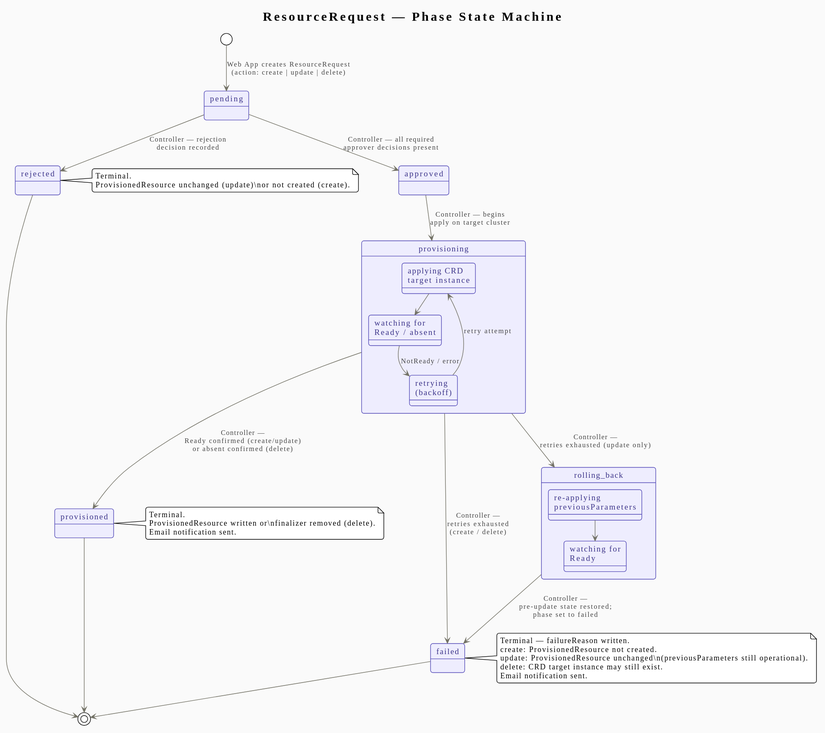
Before: design/images/state_resource_request.svg, a diagram exported from PlantUML (dydoc/quartermaster). The source it was exported from:
```plantuml
@startuml
!theme plain
skinparam backgroundColor #FAFAFA
skinparam state {
    BackgroundColor #EEEDFE
    BorderColor #534AB7
    FontColor #3C3489
    ArrowColor #737266
    ArrowFontColor #444444
    ArrowFontSize 12
    StartColor #085041
    EndColor #085041
}
skinparam roundcorner 8
skinparam nodesep 55
skinparam ranksep 50

title ResourceRequest — Phase State Machine

[*] --> pending : Web App creates ResourceRequest\n(action: create | update | delete)

pending --> approved  : Controller — all required\napprover decisions present
pending --> rejected  : Controller — rejection\ndecision recorded

approved --> provisioning : Controller — begins\napply on target cluster

state provisioning {
    state "applying CRD\ntarget instance" as applying
    state "watching for\nReady / absent" as watching
    state "retrying\n(backoff)" as retrying
    applying --> watching
    watching --> retrying : NotReady / error
    retrying --> applying : retry attempt
}

provisioning --> provisioned : Controller —\nReady confirmed (create/update)\nor absent confirmed (delete)

provisioning --> rolling_back : Controller —\nretries exhausted (update only)

state rolling_back {
    state "re-applying\npreviousParameters" as reapply
    state "watching for\nReady" as rbwatch
    reapply --> rbwatch
}

rolling_back --> failed : Controller —\npre-update state restored;\nphase set to failed

provisioning --> failed : Controller —\nretries exhausted\n(create / delete)

note right of rejected
  Terminal.
  ProvisionedResource unchanged (update)\nor not created (create).
end note

note right of provisioned
  Terminal.
  ProvisionedResource written or\nfinalizer removed (delete).
  Email notification sent.
end note

note right of failed
  Terminal — failureReason written.
  create: ProvisionedResource not created.
  update: ProvisionedResource unchanged\n(previousParameters still operational).
  delete: CRD target instance may still exist.
  Email notification sent.
end note

provisioned  --> [*]
rejected     --> [*]
failed       --> [*]
@enduml
```
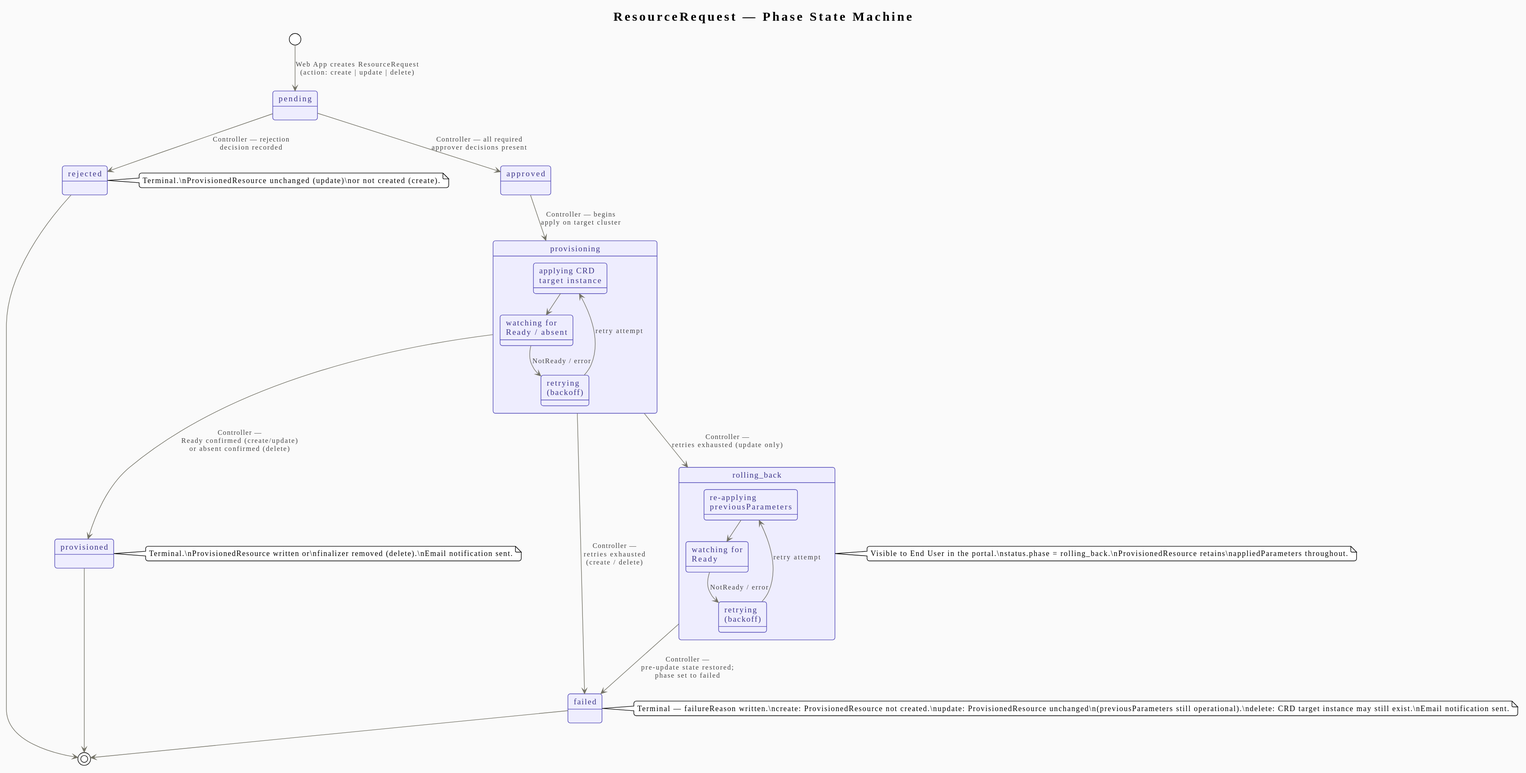
After the commit.

What changed in the source:
```diff
@@ -40,30 +40,30 @@
 state rolling_back {
     state "re-applying\npreviousParameters" as reapply
     state "watching for\nReady" as rbwatch
+    state "retrying\n(backoff)" as rbretry
     reapply --> rbwatch
+    rbwatch --> rbretry : NotReady / error
+    rbretry --> reapply : retry attempt
 }
+
+note right of rolling_back
+  Visible to End User in the portal.\nstatus.phase = rolling_back.\nProvisionedResource retains\nappliedParameters throughout.
+end note
 
 rolling_back --> failed : Controller —\npre-update state restored;\nphase set to failed
 
 provisioning --> failed : Controller —\nretries exhausted\n(create / delete)
 
 note right of rejected
-  Terminal.
-  ProvisionedResource unchanged (update)\nor not created (create).
+  Terminal.\nProvisionedResource unchanged (update)\nor not created (create).
 end note
 
 note right of provisioned
-  Terminal.
-  ProvisionedResource written or\nfinalizer removed (delete).
-  Email notification sent.
+  Terminal.\nProvisionedResource written or\nfinalizer removed (delete).\nEmail notification sent.
 end note
 
 note right of failed
-  Terminal — failureReason written.
-  create: ProvisionedResource not created.
-  update: ProvisionedResource unchanged\n(previousParameters still operational).
-  delete: CRD target instance may still exist.
-  Email notification sent.
+  Terminal — failureReason written.\ncreate: ProvisionedResource not created.\nupdate: ProvisionedResource unchanged\n(previousParameters still operational).\ndelete: CRD target instance may still exist.\nEmail notification sent.
 end note
 
 provisioned  --> [*]
```
